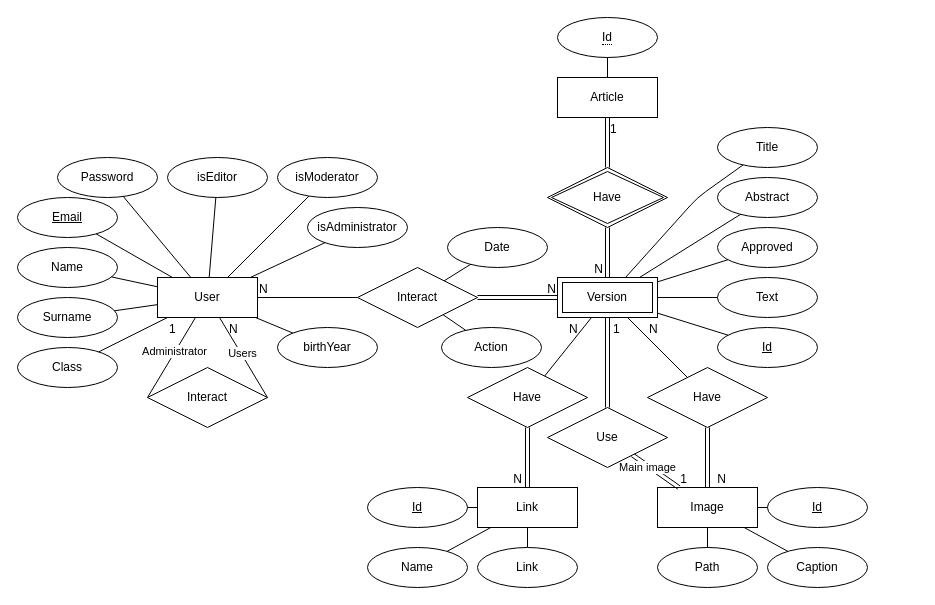
Above: docs/database/ER/wikistudenti_er.drawio in LucaAvveduto/5C_WikiStudenti_Avveduto_Barani_Brambilla_Cecire (draw.io), before the change. Source tidied: cells renumbered, new cells numbered last; positions are measured from the earlier drawing's top-left corner, leaving out a move shared by most shapes. Both pictures are drawn from the tidied source at 100%, with x=0, y=0 at pixel (17, 17).
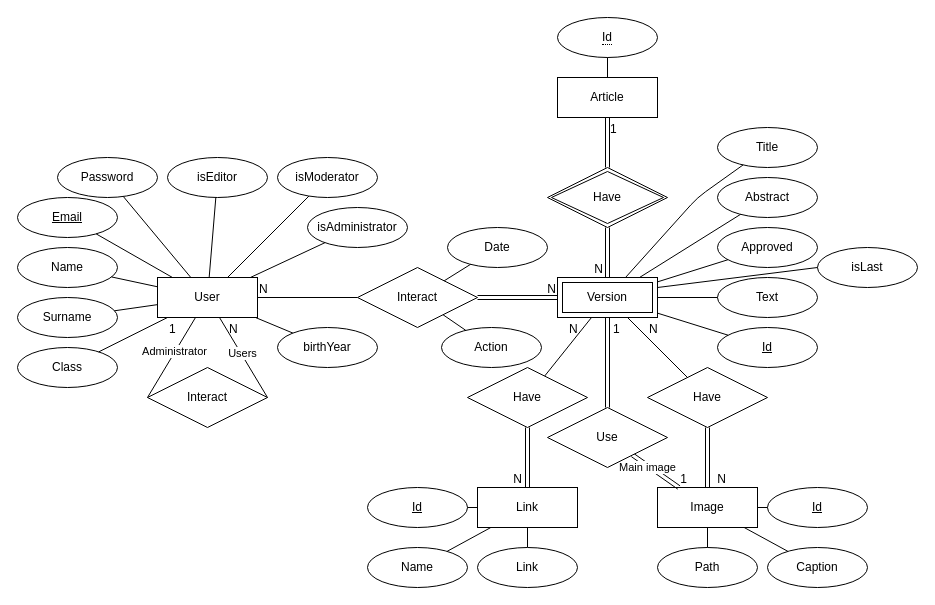
The same page after the edit.

The change refers to these unchanged cells:
```xml
<mxCell id="83" value="Version" style="shape=ext;margin=3;double=1;whiteSpace=wrap;html=1;align=center;" parent="1" vertex="1">
  <mxGeometry x="540" y="260" width="100" height="40" as="geometry" />
</mxCell>
```

The edit, as a diff of the source:
```diff
@@
+    <mxCell id="86" value="isLast" style="ellipse;whiteSpace=wrap;html=1;align=center;" parent="1" vertex="1">
+      <mxGeometry x="800" y="230" width="100" height="40" as="geometry" />
+    </mxCell>
+    <mxCell id="87" style="endArrow=none;html=1;rounded=0;exitX=1;exitY=0.25;exitDx=0;exitDy=0;entryX=0;entryY=0.5;entryDx=0;entryDy=0;" parent="1" edge="1" source="83" target="86">
+      <mxGeometry relative="1" as="geometry" />
+    </mxCell>
```
